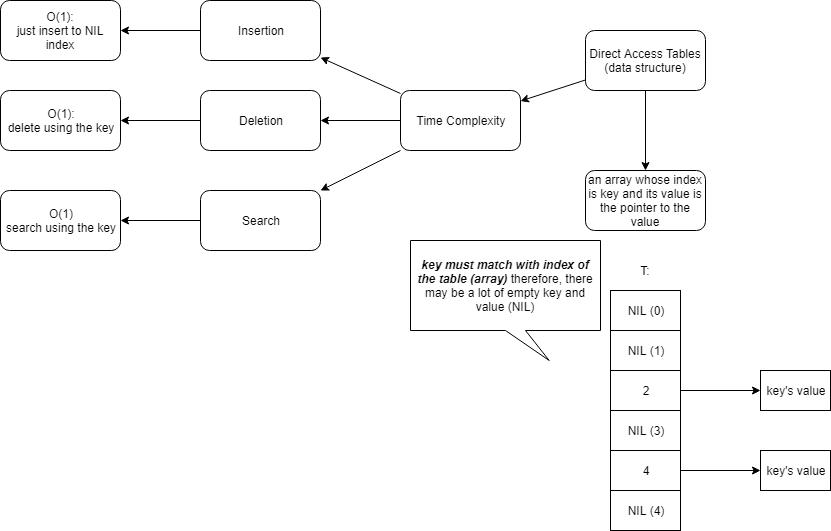
Above: Direct_Access_Tables.PNG in stsiwo/data_structures_and_algorithm (draw.io), before the change. Source tidied: cells renumbered, new cells last; positions are measured from the earlier drawing's top-left corner, leaving out a move shared by most shapes. The source it was exported from:
```xml
<mxGraphModel>
  <root>
    <mxCell id="0" />
    <mxCell id="1" parent="0" />
    <mxCell id="2" style="edgeStyle=orthogonalEdgeStyle;rounded=0;jettySize=auto;html=1;" parent="1" edge="1" source="4" target="18">
      <mxGeometry relative="1" as="geometry" />
    </mxCell>
    <mxCell id="3" style="rounded=0;jettySize=auto;html=1;" parent="1" edge="1" source="4" target="8">
      <mxGeometry relative="1" as="geometry" />
    </mxCell>
    <mxCell id="4" value="Direct Access Tables&lt;br&gt;(data structure)" style="rounded=1;whiteSpace=wrap;html=1;" parent="1" vertex="1">
      <mxGeometry x="585" y="30" width="120" height="60" as="geometry" />
    </mxCell>
    <mxCell id="5" style="edgeStyle=none;rounded=0;jettySize=auto;html=1;" parent="1" edge="1" source="8" target="16">
      <mxGeometry relative="1" as="geometry" />
    </mxCell>
    <mxCell id="6" style="edgeStyle=none;rounded=0;jettySize=auto;html=1;" parent="1" edge="1" source="8" target="13">
      <mxGeometry relative="1" as="geometry" />
    </mxCell>
    <mxCell id="7" style="edgeStyle=none;rounded=0;jettySize=auto;html=1;" parent="1" edge="1" source="8" target="10">
      <mxGeometry relative="1" as="geometry" />
    </mxCell>
    <mxCell id="8" value="Time Complexity" style="rounded=1;whiteSpace=wrap;html=1;" parent="1" vertex="1">
      <mxGeometry x="400" y="90" width="120" height="60" as="geometry" />
    </mxCell>
    <mxCell id="9" style="edgeStyle=none;rounded=0;jettySize=auto;html=1;" parent="1" edge="1" source="10" target="11">
      <mxGeometry relative="1" as="geometry" />
    </mxCell>
    <mxCell id="10" value="Search" style="rounded=1;whiteSpace=wrap;html=1;" parent="1" vertex="1">
      <mxGeometry x="200" y="190" width="120" height="60" as="geometry" />
    </mxCell>
    <mxCell id="11" value="O(1)&lt;br&gt;search using the key" style="rounded=1;whiteSpace=wrap;html=1;" parent="1" vertex="1">
      <mxGeometry y="190" width="120" height="60" as="geometry" />
    </mxCell>
    <mxCell id="12" style="edgeStyle=none;rounded=0;jettySize=auto;html=1;" parent="1" edge="1" source="13" target="14">
      <mxGeometry relative="1" as="geometry" />
    </mxCell>
    <mxCell id="13" value="Deletion" style="rounded=1;whiteSpace=wrap;html=1;" parent="1" vertex="1">
      <mxGeometry x="200" y="90" width="120" height="60" as="geometry" />
    </mxCell>
    <mxCell id="14" value="O(1):&lt;br&gt;delete using the key" style="rounded=1;whiteSpace=wrap;html=1;" parent="1" vertex="1">
      <mxGeometry y="90" width="120" height="60" as="geometry" />
    </mxCell>
    <mxCell id="15" style="edgeStyle=none;rounded=0;jettySize=auto;html=1;" parent="1" edge="1" source="16" target="17">
      <mxGeometry relative="1" as="geometry" />
    </mxCell>
    <mxCell id="16" value="Insertion" style="rounded=1;whiteSpace=wrap;html=1;" parent="1" vertex="1">
      <mxGeometry x="200" width="120" height="60" as="geometry" />
    </mxCell>
    <mxCell id="17" value="O(1):&lt;br&gt;just insert to NIL index" style="rounded=1;whiteSpace=wrap;html=1;" parent="1" vertex="1">
      <mxGeometry width="120" height="60" as="geometry" />
    </mxCell>
    <mxCell id="18" value="an array whose index is key and its value is the pointer to the value" style="rounded=1;whiteSpace=wrap;html=1;" parent="1" vertex="1">
      <mxGeometry x="585" y="170" width="120" height="60" as="geometry" />
    </mxCell>
    <mxCell id="19" value="NIL (0)" style="rounded=0;whiteSpace=wrap;html=1;" parent="1" vertex="1">
      <mxGeometry x="610" y="290" width="70" height="40" as="geometry" />
    </mxCell>
    <mxCell id="20" value="NIL (1)" style="rounded=0;whiteSpace=wrap;html=1;" parent="1" vertex="1">
      <mxGeometry x="610" y="330" width="70" height="40" as="geometry" />
    </mxCell>
    <mxCell id="21" style="edgeStyle=orthogonalEdgeStyle;rounded=0;jettySize=auto;html=1;" parent="1" edge="1" source="22" target="23">
      <mxGeometry relative="1" as="geometry" />
    </mxCell>
    <mxCell id="22" value="2" style="rounded=0;whiteSpace=wrap;html=1;" parent="1" vertex="1">
      <mxGeometry x="610" y="370" width="70" height="40" as="geometry" />
    </mxCell>
    <mxCell id="23" value="key's value" style="rounded=0;whiteSpace=wrap;html=1;" parent="1" vertex="1">
      <mxGeometry x="760" y="370" width="70" height="40" as="geometry" />
    </mxCell>
    <mxCell id="24" value="NIL (3)" style="rounded=0;whiteSpace=wrap;html=1;" parent="1" vertex="1">
      <mxGeometry x="610" y="410" width="70" height="40" as="geometry" />
    </mxCell>
    <mxCell id="25" style="edgeStyle=orthogonalEdgeStyle;rounded=0;jettySize=auto;html=1;" parent="1" edge="1" source="26" target="27">
      <mxGeometry relative="1" as="geometry" />
    </mxCell>
    <mxCell id="26" value="4" style="rounded=0;whiteSpace=wrap;html=1;" parent="1" vertex="1">
      <mxGeometry x="610" y="450" width="70" height="40" as="geometry" />
    </mxCell>
    <mxCell id="27" value="key's value" style="rounded=0;whiteSpace=wrap;html=1;" parent="1" vertex="1">
      <mxGeometry x="760" y="450" width="70" height="40" as="geometry" />
    </mxCell>
    <mxCell id="28" value="NIL (4)" style="rounded=0;whiteSpace=wrap;html=1;" parent="1" vertex="1">
      <mxGeometry x="610" y="490" width="70" height="40" as="geometry" />
    </mxCell>
    <mxCell id="29" value="&lt;b&gt;&lt;i&gt;key must match with index of the table (array)&lt;/i&gt;&lt;/b&gt; therefore, there may be a lot of empty key and value (NIL)" style="shape=callout;whiteSpace=wrap;html=1;perimeter=calloutPerimeter;position2=0.73;" parent="1" vertex="1">
      <mxGeometry x="410" y="240" width="190" height="120" as="geometry" />
    </mxCell>
    <mxCell id="30" value="T:" style="text;html=1;strokeColor=none;fillColor=none;align=center;verticalAlign=middle;whiteSpace=wrap;rounded=0;" parent="1" vertex="1">
      <mxGeometry x="625" y="260" width="40" height="20" as="geometry" />
    </mxCell>
  </root>
</mxGraphModel>
```
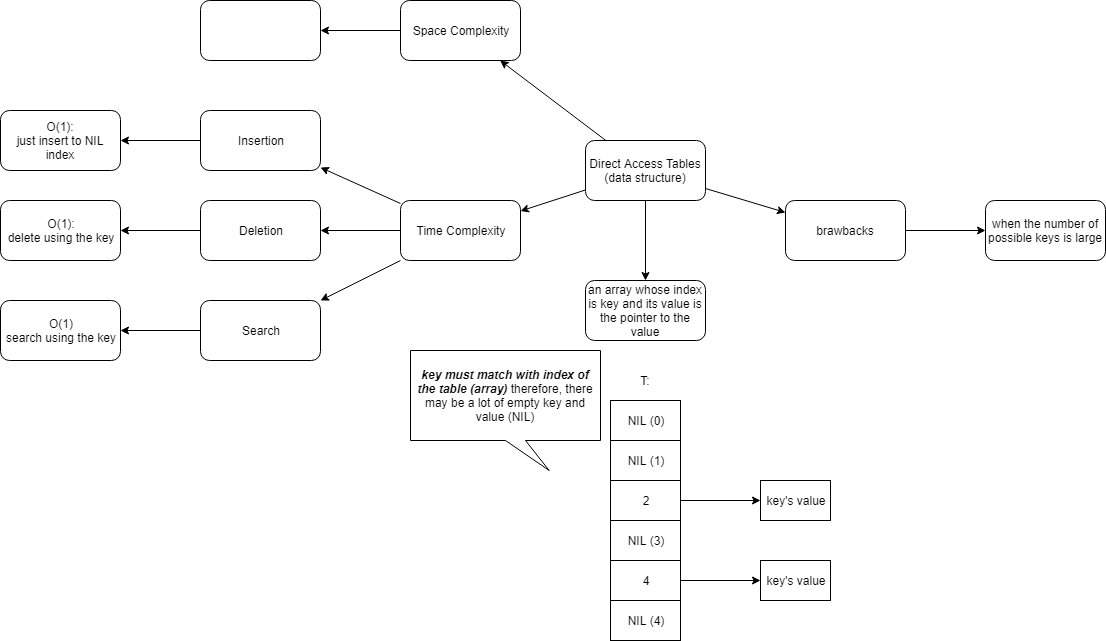
Above is the later version.

Diff of the diagram source:
```diff
@@ -8,9 +8,33 @@
     <mxCell id="3" style="rounded=0;jettySize=auto;html=1;" parent="1" edge="1" source="4" target="8">
       <mxGeometry relative="1" as="geometry" />
     </mxCell>
+    <mxCell id="31" style="edgeStyle=none;rounded=0;jettySize=auto;html=1;" parent="1" edge="1" source="4" target="37">
+      <mxGeometry relative="1" as="geometry" />
+    </mxCell>
+    <mxCell id="32" style="edgeStyle=none;rounded=0;jettySize=auto;html=1;" parent="1" edge="1" source="4" target="34">
+      <mxGeometry relative="1" as="geometry" />
+    </mxCell>
     <mxCell id="4" value="Direct Access Tables&lt;br&gt;(data structure)" style="rounded=1;whiteSpace=wrap;html=1;" parent="1" vertex="1">
       <mxGeometry x="585" y="30" width="120" height="60" as="geometry" />
     </mxCell>
+    <mxCell id="33" style="edgeStyle=none;rounded=0;jettySize=auto;html=1;" parent="1" edge="1" source="34" target="35">
+      <mxGeometry relative="1" as="geometry" />
+    </mxCell>
+    <mxCell id="34" value="Space Complexity" style="rounded=1;whiteSpace=wrap;html=1;" parent="1" vertex="1">
+      <mxGeometry x="400" y="-110" width="120" height="60" as="geometry" />
+    </mxCell>
+    <mxCell id="35" style="rounded=1;whiteSpace=wrap;html=1;" parent="1" vertex="1">
+      <mxGeometry x="200" y="-110" width="120" height="60" as="geometry" />
+    </mxCell>
+    <mxCell id="36" style="edgeStyle=none;rounded=0;jettySize=auto;html=1;" parent="1" edge="1" source="37" target="38">
+      <mxGeometry relative="1" as="geometry" />
+    </mxCell>
+    <mxCell id="37" value="brawbacks" style="rounded=1;whiteSpace=wrap;html=1;" parent="1" vertex="1">
+      <mxGeometry x="785" y="90" width="120" height="60" as="geometry" />
+    </mxCell>
+    <mxCell id="38" value="when the number of possible keys is large" style="rounded=1;whiteSpace=wrap;html=1;" parent="1" vertex="1">
+      <mxGeometry x="985" y="90" width="120" height="60" as="geometry" />
+    </mxCell>
     <mxCell id="5" style="edgeStyle=none;rounded=0;jettySize=auto;html=1;" parent="1" edge="1" source="8" target="16">
       <mxGeometry relative="1" as="geometry" />
     </mxCell>
```
